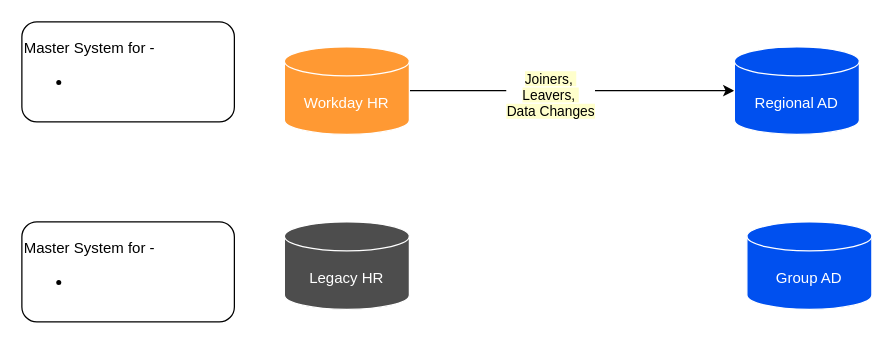
Earlier version of the draw.io diagram KARNOV.drawio (sandyaroma/sandyaroma). Source tidied: cells renumbered, new cells numbered last; positions are measured from the earlier drawing's top-left corner, leaving out a move shared by most shapes. Both pictures are drawn from the tidied source at 125%, with x=0, y=0 at pixel (21, 21).
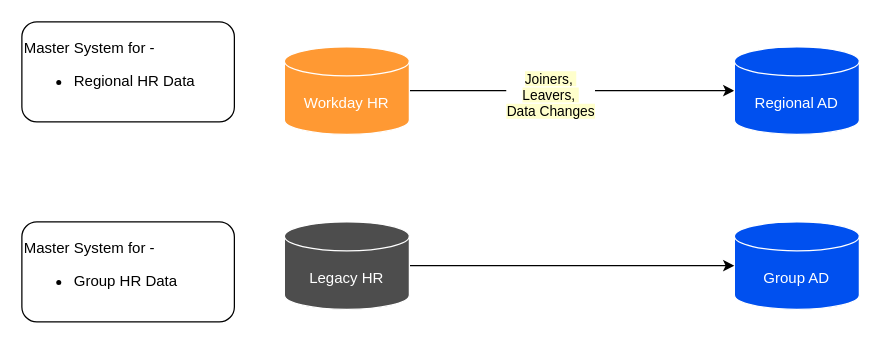
The same page after the edit.

Diff of the diagram source:
```diff
@@
 <mxGraphModel>
   <root>
     <mxCell id="0" />
     <mxCell id="1" parent="0" />
     <mxCell id="2" style="edgeStyle=orthogonalEdgeStyle;rounded=0;jettySize=auto;html=1;" parent="1" edge="1" source="4">
       <mxGeometry relative="1" as="geometry">
         <mxPoint x="570" y="55" as="targetPoint" />
       </mxGeometry>
     </mxCell>
     <mxCell id="3" value="&lt;span style=&quot;background-color: rgb(255, 255, 204);&quot;&gt;Joiners,&amp;nbsp;&lt;/span&gt;&lt;div&gt;&lt;span style=&quot;background-color: rgb(255, 255, 204);&quot;&gt;Leavers,&amp;nbsp;&lt;/span&gt;&lt;/div&gt;&lt;div&gt;&lt;span style=&quot;background-color: rgb(255, 255, 204);&quot;&gt;Data Changes&lt;/span&gt;&lt;/div&gt;" style="edgeLabel;html=1;align=center;verticalAlign=middle;" parent="2" vertex="1">
       <mxGeometry x="-0.14" y="-3" relative="1" as="geometry" />
     </mxCell>
     <mxCell id="4" value="&lt;font color=&quot;#ffffff&quot;&gt;Workday HR&lt;/font&gt;" style="shape=cylinder3;whiteSpace=wrap;html=1;boundedLbl=1;backgroundOutline=1;size=11.56951904296875;fillColor=#FF9933;strokeColor=#FFFFFF;" parent="1" vertex="1">
       <mxGeometry x="210" y="20" width="100" height="70" as="geometry" />
     </mxCell>
     <mxCell id="5" value="&lt;font color=&quot;#ffffff&quot;&gt;Regional AD&lt;/font&gt;" style="shape=cylinder3;whiteSpace=wrap;html=1;boundedLbl=1;backgroundOutline=1;size=11.56951904296875;fillColor=#0050ef;strokeColor=#FFFFFF;fontColor=#ffffff;" parent="1" vertex="1">
       <mxGeometry x="570" y="20" width="100" height="70" as="geometry" />
     </mxCell>
     <mxCell id="6" value="&lt;font color=&quot;#ffffff&quot;&gt;Group AD&lt;/font&gt;" style="shape=cylinder3;whiteSpace=wrap;html=1;boundedLbl=1;backgroundOutline=1;size=11.56951904296875;fillColor=#0050ef;strokeColor=#FFFFFF;fontColor=#ffffff;" parent="1" vertex="1">
-      <mxGeometry x="580" y="160" width="100" height="70" as="geometry" />
+      <mxGeometry x="570" y="160" width="100" height="70" as="geometry" />
     </mxCell>
+    <mxCell id="10" style="edgeStyle=orthogonalEdgeStyle;rounded=0;jettySize=auto;html=1;" parent="1" edge="1" source="7" target="6">
+      <mxGeometry relative="1" as="geometry" />
+    </mxCell>
     <mxCell id="7" value="&lt;font color=&quot;#ffffff&quot;&gt;Legacy HR&lt;/font&gt;" style="shape=cylinder3;whiteSpace=wrap;html=1;boundedLbl=1;backgroundOutline=1;size=11.56951904296875;fillColor=#4D4D4D;strokeColor=#FFFFFF;" parent="1" vertex="1">
       <mxGeometry x="210" y="160" width="100" height="70" as="geometry" />
     </mxCell>
-    <mxCell id="8" value="Master System for -&lt;div&gt;&lt;ul&gt;&lt;li&gt;&lt;br&gt;&lt;/li&gt;&lt;/ul&gt;&lt;/div&gt;" style="rounded=1;whiteSpace=wrap;html=1;align=left;" parent="1" vertex="1">
+    <mxCell id="8" value="Master System for -&lt;div&gt;&lt;ul&gt;&lt;li&gt;Regional HR Data&lt;/li&gt;&lt;/ul&gt;&lt;/div&gt;" style="rounded=1;whiteSpace=wrap;html=1;align=left;" parent="1" vertex="1">
       <mxGeometry width="170" height="80" as="geometry" />
     </mxCell>
-    <mxCell id="9" value="Master System for -&lt;div&gt;&lt;ul&gt;&lt;li&gt;&lt;br&gt;&lt;/li&gt;&lt;/ul&gt;&lt;/div&gt;" style="rounded=1;whiteSpace=wrap;html=1;align=left;" parent="1" vertex="1">
+    <mxCell id="9" value="Master System for -&lt;div&gt;&lt;ul&gt;&lt;li&gt;Group HR Data&lt;/li&gt;&lt;/ul&gt;&lt;/div&gt;" style="rounded=1;whiteSpace=wrap;html=1;align=left;" parent="1" vertex="1">
       <mxGeometry y="160" width="170" height="80" as="geometry" />
     </mxCell>
   </root>
 </mxGraphModel>
```
